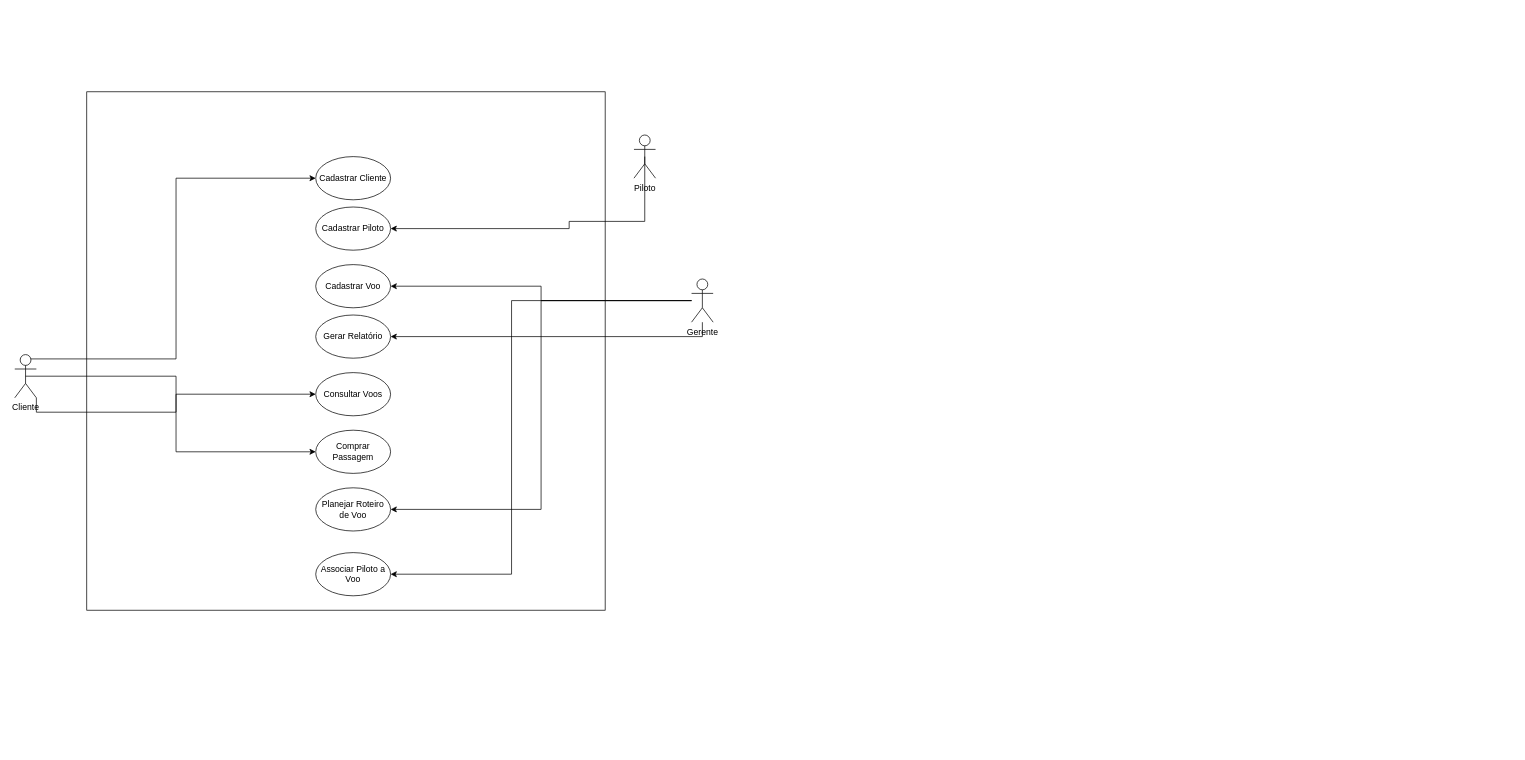
Above: Empresa_aerea.drawio in douglas5001/UML-ESTUDO-FACU (draw.io), before the change. Source tidied: cells renumbered, new cells numbered last; positions are measured from the earlier drawing's top-left corner, leaving out a move shared by most shapes. Both pictures are drawn from the tidied source at 72%, with x=0, y=0 at pixel (14, 91).
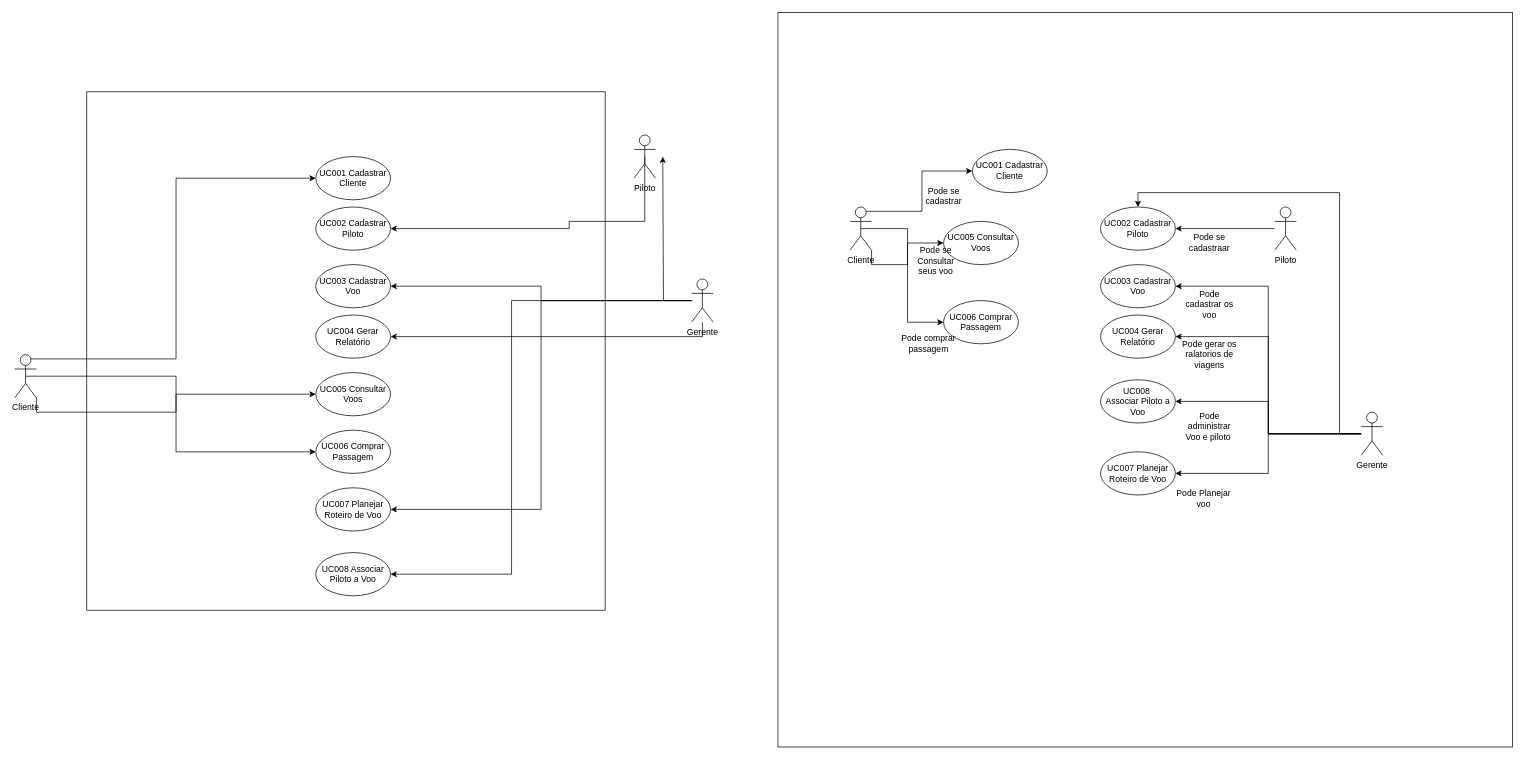
After the change.

The change refers to these unchanged cells:
```xml
<mxCell id="7" value="Gerente&lt;div&gt;&lt;br&gt;&lt;/div&gt;" style="shape=umlActor;verticalLabelPosition=bottom;verticalAlign=top;html=1;" parent="1" vertex="1">
  <mxGeometry x="940" y="260" width="30" height="60" as="geometry" />
</mxCell>
```

What changed in the source:
```diff
@@
+    <mxCell id="22" style="edgeStyle=orthogonalEdgeStyle;rounded=0;jettySize=auto;html=1;" parent="1" edge="1" source="7">
+      <mxGeometry relative="1" as="geometry">
+        <mxPoint x="900" y="90" as="targetPoint" />
+        <Array as="points">
+          <mxPoint x="901" y="290" />
+          <mxPoint x="901" y="90" />
+        </Array>
+      </mxGeometry>
+    </mxCell>
@@
-    <mxCell id="14" value="Cadastrar Cliente" style="ellipse;html=1;whiteSpace=wrap;" parent="1" vertex="1">
+    <mxCell id="14" value="UC001 Cadastrar Cliente" style="ellipse;html=1;whiteSpace=wrap;" parent="1" vertex="1">
       <mxGeometry x="418" y="90" width="104" height="60" as="geometry" />
     </mxCell>
-    <mxCell id="15" value="Cadastrar Piloto" style="ellipse;html=1;whiteSpace=wrap;" parent="1" vertex="1">
+    <mxCell id="15" value="UC002 Cadastrar Piloto" style="ellipse;html=1;whiteSpace=wrap;" parent="1" vertex="1">
       <mxGeometry x="418" y="160" width="104" height="60" as="geometry" />
     </mxCell>
-    <mxCell id="16" value="Cadastrar Voo" style="ellipse;html=1;whiteSpace=wrap;" parent="1" vertex="1">
+    <mxCell id="16" value="UC003 Cadastrar Voo" style="ellipse;html=1;whiteSpace=wrap;" parent="1" vertex="1">
       <mxGeometry x="418" y="240" width="104" height="60" as="geometry" />
     </mxCell>
-    <mxCell id="17" value="Planejar Roteiro de Voo" style="ellipse;html=1;whiteSpace=wrap;" parent="1" vertex="1">
+    <mxCell id="17" value="UC007 Planejar Roteiro de Voo" style="ellipse;html=1;whiteSpace=wrap;" parent="1" vertex="1">
       <mxGeometry x="418" y="550" width="104" height="60" as="geometry" />
     </mxCell>
-    <mxCell id="18" value="Comprar Passagem" style="ellipse;html=1;whiteSpace=wrap;" parent="1" vertex="1">
+    <mxCell id="18" value="UC006 Comprar Passagem" style="ellipse;html=1;whiteSpace=wrap;" parent="1" vertex="1">
       <mxGeometry x="418" y="470" width="104" height="60" as="geometry" />
     </mxCell>
-    <mxCell id="19" value="Associar Piloto a Voo" style="ellipse;html=1;whiteSpace=wrap;" parent="1" vertex="1">
+    <mxCell id="19" value="UC008 Associar Piloto a Voo" style="ellipse;html=1;whiteSpace=wrap;" parent="1" vertex="1">
       <mxGeometry x="418" y="640" width="104" height="60" as="geometry" />
     </mxCell>
-    <mxCell id="20" value="Consultar Voos" style="ellipse;html=1;whiteSpace=wrap;" parent="1" vertex="1">
+    <mxCell id="20" value="UC005 Consultar Voos" style="ellipse;html=1;whiteSpace=wrap;" parent="1" vertex="1">
       <mxGeometry x="418" y="390" width="104" height="60" as="geometry" />
     </mxCell>
-    <mxCell id="21" value="Gerar Relatório" style="ellipse;html=1;whiteSpace=wrap;" parent="1" vertex="1">
+    <mxCell id="21" value="UC004 Gerar Relatório" style="ellipse;html=1;whiteSpace=wrap;" parent="1" vertex="1">
       <mxGeometry x="418" y="310" width="104" height="60" as="geometry" />
     </mxCell>
+    <mxCell id="23" style="whiteSpace=wrap;html=1;" parent="1" vertex="1">
+      <mxGeometry x="1060" y="-110" width="1020" height="1020" as="geometry" />
+    </mxCell>
+    <mxCell id="24" style="edgeStyle=orthogonalEdgeStyle;rounded=0;jettySize=auto;html=1;entryX=1;entryY=0.5;entryDx=0;entryDy=0;" parent="1" edge="1" source="29" target="38">
+      <mxGeometry relative="1" as="geometry" />
+    </mxCell>
+    <mxCell id="25" style="edgeStyle=orthogonalEdgeStyle;rounded=0;jettySize=auto;html=1;entryX=1;entryY=0.5;entryDx=0;entryDy=0;" parent="1" edge="1" source="29" target="39">
+      <mxGeometry relative="1" as="geometry" />
+    </mxCell>
+    <mxCell id="26" style="edgeStyle=orthogonalEdgeStyle;rounded=0;jettySize=auto;html=1;entryX=1;entryY=0.5;entryDx=0;entryDy=0;" parent="1" edge="1" source="29" target="43">
+      <mxGeometry relative="1" as="geometry" />
+    </mxCell>
+    <mxCell id="27" style="edgeStyle=orthogonalEdgeStyle;rounded=0;jettySize=auto;html=1;entryX=1;entryY=0.5;entryDx=0;entryDy=0;" parent="1" edge="1" source="29" target="41">
+      <mxGeometry relative="1" as="geometry" />
+    </mxCell>
+    <mxCell id="28" style="edgeStyle=orthogonalEdgeStyle;rounded=0;jettySize=auto;html=1;entryX=0.5;entryY=0;entryDx=0;entryDy=0;" parent="1" edge="1" source="29" target="37">
+      <mxGeometry relative="1" as="geometry">
+        <Array as="points">
+          <mxPoint x="1840" y="475" />
+          <mxPoint x="1840" y="140" />
+          <mxPoint x="1560" y="140" />
+        </Array>
+      </mxGeometry>
+    </mxCell>
+    <mxCell id="29" value="Gerente&lt;div&gt;&lt;br&gt;&lt;/div&gt;" style="shape=umlActor;verticalLabelPosition=bottom;verticalAlign=top;html=1;" parent="1" vertex="1">
+      <mxGeometry x="1870" y="445" width="30" height="60" as="geometry" />
+    </mxCell>
+    <mxCell id="30" style="edgeStyle=orthogonalEdgeStyle;rounded=0;jettySize=auto;html=1;exitX=0.25;exitY=0.1;exitDx=0;exitDy=0;exitPerimeter=0;entryX=0;entryY=0.5;entryDx=0;entryDy=0;" parent="1" edge="1" source="33" target="36">
+      <mxGeometry relative="1" as="geometry" />
+    </mxCell>
+    <mxCell id="31" style="edgeStyle=orthogonalEdgeStyle;rounded=0;jettySize=auto;html=1;exitX=0.5;exitY=0.5;exitDx=0;exitDy=0;exitPerimeter=0;entryX=0;entryY=0.5;entryDx=0;entryDy=0;" parent="1" edge="1" source="33" target="40">
+      <mxGeometry relative="1" as="geometry" />
+    </mxCell>
+    <mxCell id="32" style="edgeStyle=orthogonalEdgeStyle;rounded=0;jettySize=auto;html=1;exitX=1;exitY=1;exitDx=0;exitDy=0;exitPerimeter=0;entryX=0;entryY=0.5;entryDx=0;entryDy=0;" parent="1" edge="1" source="33" target="42">
+      <mxGeometry relative="1" as="geometry" />
+    </mxCell>
+    <mxCell id="33" value="Cliente" style="shape=umlActor;verticalLabelPosition=bottom;verticalAlign=top;html=1;" parent="1" vertex="1">
+      <mxGeometry x="1160" y="160" width="30" height="60" as="geometry" />
+    </mxCell>
+    <mxCell id="34" style="edgeStyle=orthogonalEdgeStyle;rounded=0;jettySize=auto;html=1;" parent="1" edge="1" source="35" target="37">
+      <mxGeometry relative="1" as="geometry" />
+    </mxCell>
+    <mxCell id="35" value="Piloto&lt;div&gt;&lt;div&gt;&lt;br&gt;&lt;/div&gt;&lt;/div&gt;" style="shape=umlActor;verticalLabelPosition=bottom;verticalAlign=top;html=1;" parent="1" vertex="1">
+      <mxGeometry x="1750" y="160" width="30" height="60" as="geometry" />
+    </mxCell>
+    <mxCell id="36" value="UC001 Cadastrar Cliente" style="ellipse;html=1;whiteSpace=wrap;" parent="1" vertex="1">
+      <mxGeometry x="1330" y="80" width="104" height="60" as="geometry" />
+    </mxCell>
+    <mxCell id="37" value="UC002 Cadastrar Piloto" style="ellipse;html=1;whiteSpace=wrap;" parent="1" vertex="1">
+      <mxGeometry x="1508" y="160" width="104" height="60" as="geometry" />
+    </mxCell>
+    <mxCell id="38" value="UC003 Cadastrar Voo" style="ellipse;html=1;whiteSpace=wrap;" parent="1" vertex="1">
+      <mxGeometry x="1508" y="240" width="104" height="60" as="geometry" />
+    </mxCell>
+    <mxCell id="39" value="UC007 Planejar Roteiro de Voo" style="ellipse;html=1;whiteSpace=wrap;" parent="1" vertex="1">
+      <mxGeometry x="1508" y="500" width="104" height="60" as="geometry" />
+    </mxCell>
+    <mxCell id="40" value="UC006 Comprar Passagem" style="ellipse;html=1;whiteSpace=wrap;" parent="1" vertex="1">
+      <mxGeometry x="1290" y="290" width="104" height="60" as="geometry" />
+    </mxCell>
+    <mxCell id="41" value="UC008&amp;nbsp;&lt;div&gt;Associar Piloto a Voo&lt;/div&gt;" style="ellipse;html=1;whiteSpace=wrap;" parent="1" vertex="1">
+      <mxGeometry x="1508" y="400" width="104" height="60" as="geometry" />
+    </mxCell>
+    <mxCell id="42" value="UC005 Consultar Voos" style="ellipse;html=1;whiteSpace=wrap;" parent="1" vertex="1">
+      <mxGeometry x="1290" y="180" width="104" height="60" as="geometry" />
+    </mxCell>
+    <mxCell id="43" value="UC004 Gerar Relatório" style="ellipse;html=1;whiteSpace=wrap;" parent="1" vertex="1">
+      <mxGeometry x="1508" y="310" width="104" height="60" as="geometry" />
+    </mxCell>
+    <mxCell id="44" value="Pode se cadastrar" style="text;html=1;align=center;verticalAlign=middle;whiteSpace=wrap;rounded=0;" parent="1" vertex="1">
+      <mxGeometry x="1251" y="130" width="79" height="30" as="geometry" />
+    </mxCell>
+    <mxCell id="45" value="Pode se Consultar seus voo" style="text;html=1;align=center;verticalAlign=middle;whiteSpace=wrap;rounded=0;" parent="1" vertex="1">
+      <mxGeometry x="1240" y="220" width="79" height="30" as="geometry" />
+    </mxCell>
+    <mxCell id="46" value="Pode comprar passagem" style="text;html=1;align=center;verticalAlign=middle;whiteSpace=wrap;rounded=0;" parent="1" vertex="1">
+      <mxGeometry x="1230" y="335" width="79" height="30" as="geometry" />
+    </mxCell>
+    <mxCell id="47" value="Pode se cadastraar" style="text;html=1;align=center;verticalAlign=middle;whiteSpace=wrap;rounded=0;" parent="1" vertex="1">
+      <mxGeometry x="1620" y="195" width="79" height="30" as="geometry" />
+    </mxCell>
+    <mxCell id="48" value="Pode cadastrar os voo" style="text;html=1;align=center;verticalAlign=middle;whiteSpace=wrap;rounded=0;" parent="1" vertex="1">
+      <mxGeometry x="1620" y="280" width="79" height="30" as="geometry" />
+    </mxCell>
+    <mxCell id="49" value="Pode gerar os ralatorios de viagens" style="text;html=1;align=center;verticalAlign=middle;whiteSpace=wrap;rounded=0;" parent="1" vertex="1">
+      <mxGeometry x="1620" y="350" width="79" height="30" as="geometry" />
+    </mxCell>
+    <mxCell id="50" value="Pode administrar Voo e piloto&amp;nbsp;" style="text;html=1;align=center;verticalAlign=middle;whiteSpace=wrap;rounded=0;" parent="1" vertex="1">
+      <mxGeometry x="1620" y="450" width="79" height="30" as="geometry" />
+    </mxCell>
+    <mxCell id="51" value="Pode Planejar voo" style="text;html=1;align=center;verticalAlign=middle;whiteSpace=wrap;rounded=0;" parent="1" vertex="1">
+      <mxGeometry x="1612" y="550" width="79" height="30" as="geometry" />
+    </mxCell>
```
